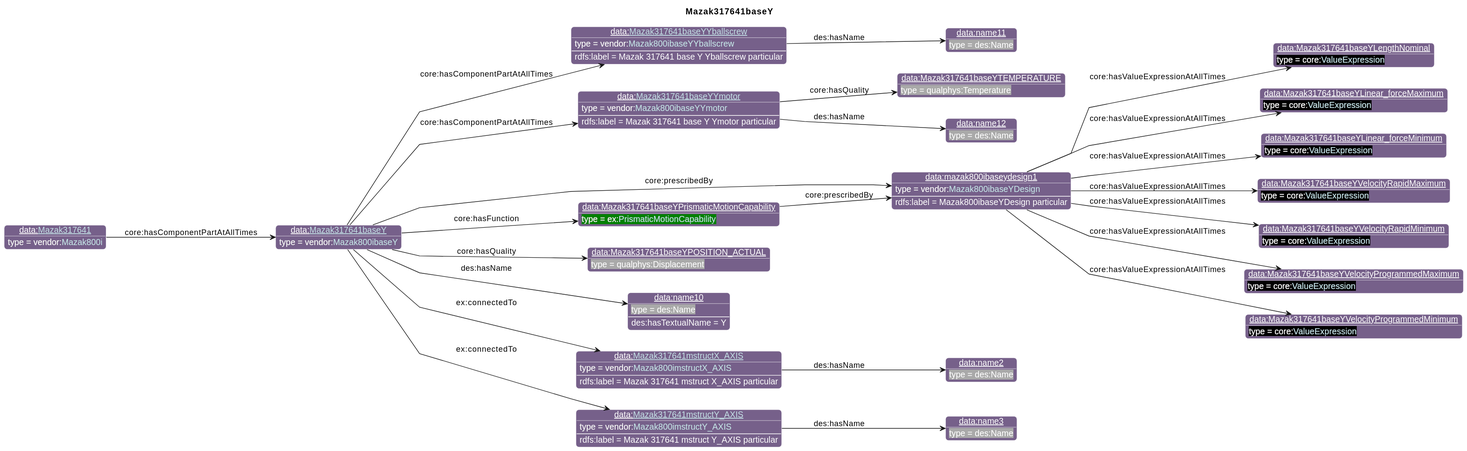
iofoundry/example-syseng-mtconnect keeps this PlantUML diagram as diagrams/Mazak317641baseY.svg. Above is the earlier version.
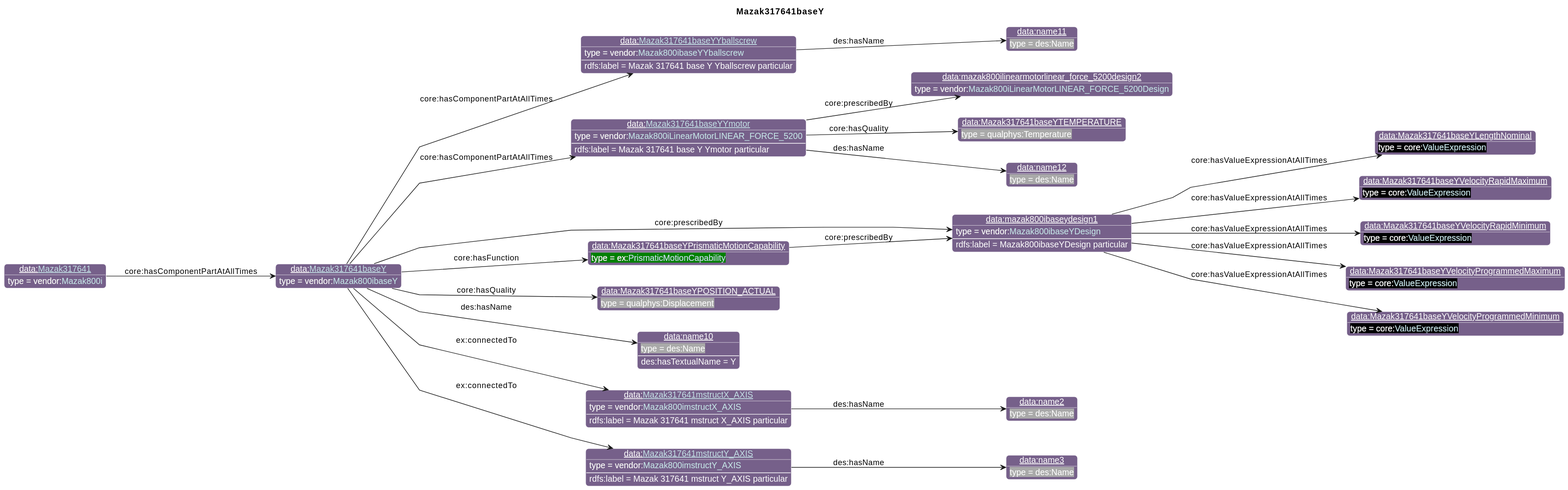
After the change.

The edit, as a diff of the source:
```diff
@@ -28,51 +28,49 @@
 individual(o0, data:[[./Mazak317641baseY.html Mazak317641baseY]], vendor:[[../Mazak.html#Mazak800ibaseY Mazak800ibaseY]])
 individual(o1, data:[[./Mazak317641baseYYballscrew.html Mazak317641baseYYballscrew]], vendor:[[../Mazak.html#Mazak800ibaseYYballscrew Mazak800ibaseYYballscrew]])
 individual(o2, data:name11, des:Name)
-individual(o3, data:[[./Mazak317641baseYYmotor.html Mazak317641baseYYmotor]], vendor:[[../Mazak.html#Mazak800ibaseYYmotor Mazak800ibaseYYmotor]])
-individual(o4, data:Mazak317641baseYTEMPERATURE, qualphys:Temperature)
-individual(o5, data:name12, des:Name)
-individual(o6, data:mazak800ibaseydesign1, vendor:[[../Mazak.html#Mazak800ibaseYDesign Mazak800ibaseYDesign]])
-individual(o7, data:Mazak317641baseYLengthNominal, core:[[https://spec.industrialontologies.org/ontology/core/Core/ValueExpression ValueExpression]])
-individual(o8, data:Mazak317641baseYLinear_forceMaximum, core:[[https://spec.industrialontologies.org/ontology/core/Core/ValueExpression ValueExpression]])
-individual(o9, data:Mazak317641baseYLinear_forceMinimum, core:[[https://spec.industrialontologies.org/ontology/core/Core/ValueExpression ValueExpression]])
-individual(o10, data:Mazak317641baseYVelocityRapidMaximum, core:[[https://spec.industrialontologies.org/ontology/core/Core/ValueExpression ValueExpression]])
-individual(o11, data:Mazak317641baseYVelocityRapidMinimum, core:[[https://spec.industrialontologies.org/ontology/core/Core/ValueExpression ValueExpression]])
-individual(o12, data:Mazak317641baseYVelocityProgrammedMaximum, core:[[https://spec.industrialontologies.org/ontology/core/Core/ValueExpression ValueExpression]])
-individual(o13, data:Mazak317641baseYVelocityProgrammedMinimum, core:[[https://spec.industrialontologies.org/ontology/core/Core/ValueExpression ValueExpression]])
-individual(o14, data:Mazak317641baseYPrismaticMotionCapability, ex:[[../Example.html#PrismaticMotionCapability PrismaticMotionCapability]])
-individual(o15, data:Mazak317641baseYPOSITION_ACTUAL, qualphys:Displacement)
-individual(o16, data:name10, des:Name)
-individual(o17, data:[[./Mazak317641mstructX_AXIS.html Mazak317641mstructX_AXIS]], vendor:[[../Mazak.html#Mazak800imstructX_AXIS Mazak800imstructX_AXIS]])
-individual(o18, data:name2, des:Name)
-individual(o19, data:[[./Mazak317641mstructY_AXIS.html Mazak317641mstructY_AXIS]], vendor:[[../Mazak.html#Mazak800imstructY_AXIS Mazak800imstructY_AXIS]])
-individual(o20, data:name3, des:Name)
-individual(o21, data:[[./Mazak317641.html Mazak317641]], vendor:[[../Mazak.html#Mazak800i Mazak800i]])
+individual(o3, data:[[./Mazak317641baseYYmotor.html Mazak317641baseYYmotor]], vendor:[[../Mazak.html#Mazak800iLinearMotorLINEAR_FORCE_5200 Mazak800iLinearMotorLINEAR_FORCE_5200]])
+individual(o4, data:mazak800ilinearmotorlinear_force_5200design2, vendor:[[../Mazak.html#Mazak800iLinearMotorLINEAR_FORCE_5200Design Mazak800iLinearMotorLINEAR_FORCE_5200Design]])
+individual(o5, data:Mazak317641baseYTEMPERATURE, qualphys:Temperature)
+individual(o6, data:name12, des:Name)
+individual(o7, data:mazak800ibaseydesign1, vendor:[[../Mazak.html#Mazak800ibaseYDesign Mazak800ibaseYDesign]])
+individual(o8, data:Mazak317641baseYLengthNominal, core:[[https://spec.industrialontologies.org/ontology/core/Core/ValueExpression ValueExpression]])
+individual(o9, data:Mazak317641baseYVelocityRapidMaximum, core:[[https://spec.industrialontologies.org/ontology/core/Core/ValueExpression ValueExpression]])
+individual(o10, data:Mazak317641baseYVelocityRapidMinimum, core:[[https://spec.industrialontologies.org/ontology/core/Core/ValueExpression ValueExpression]])
+individual(o11, data:Mazak317641baseYVelocityProgrammedMaximum, core:[[https://spec.industrialontologies.org/ontology/core/Core/ValueExpression ValueExpression]])
+individual(o12, data:Mazak317641baseYVelocityProgrammedMinimum, core:[[https://spec.industrialontologies.org/ontology/core/Core/ValueExpression ValueExpression]])
+individual(o13, data:Mazak317641baseYPrismaticMotionCapability, ex:[[../Example.html#PrismaticMotionCapability PrismaticMotionCapability]])
+individual(o14, data:Mazak317641baseYPOSITION_ACTUAL, qualphys:Displacement)
+individual(o15, data:name10, des:Name)
+individual(o16, data:[[./Mazak317641mstructX_AXIS.html Mazak317641mstructX_AXIS]], vendor:[[../Mazak.html#Mazak800imstructX_AXIS Mazak800imstructX_AXIS]])
+individual(o17, data:name2, des:Name)
+individual(o18, data:[[./Mazak317641mstructY_AXIS.html Mazak317641mstructY_AXIS]], vendor:[[../Mazak.html#Mazak800imstructY_AXIS Mazak800imstructY_AXIS]])
+individual(o19, data:name3, des:Name)
+individual(o20, data:[[./Mazak317641.html Mazak317641]], vendor:[[../Mazak.html#Mazak800i Mazak800i]])
 property(o0, "core:hasComponentPartAtAllTimes", o1)
 data(o1, "rdfs:label", "Mazak 317641 base Y Yballscrew particular")
 property(o1, "des:hasName", o2)
 property(o0, "core:hasComponentPartAtAllTimes", o3)
 data(o3, "rdfs:label", "Mazak 317641 base Y Ymotor particular")
-property(o3, "core:hasQuality", o4)
-property(o3, "des:hasName", o5)
-property(o0, "core:prescribedBy", o6)
-data(o6, "rdfs:label", "Mazak800ibaseYDesign particular")
-property(o6, "core:hasValueExpressionAtAllTimes", o7)
-property(o6, "core:hasValueExpressionAtAllTimes", o8)
-property(o6, "core:hasValueExpressionAtAllTimes", o9)
-property(o6, "core:hasValueExpressionAtAllTimes", o10)
-property(o6, "core:hasValueExpressionAtAllTimes", o11)
-property(o6, "core:hasValueExpressionAtAllTimes", o12)
-property(o6, "core:hasValueExpressionAtAllTimes", o13)
-property(o0, "core:hasFunction", o14)
-property(o14, "core:prescribedBy", o6)
-property(o0, "core:hasQuality", o15)
-property(o0, "des:hasName", o16)
-data(o16, "des:hasTextualName", "Y")
-property(o0, "ex:connectedTo", o17)
-data(o17, "rdfs:label", "Mazak 317641 mstruct X_AXIS particular")
-property(o17, "des:hasName", o18)
-property(o0, "ex:connectedTo", o19)
-data(o19, "rdfs:label", "Mazak 317641 mstruct Y_AXIS particular")
-property(o19, "des:hasName", o20)
-property(o21, "core:hasComponentPartAtAllTimes", o0)
+property(o3, "core:prescribedBy", o4)
+property(o3, "core:hasQuality", o5)
+property(o3, "des:hasName", o6)
+property(o0, "core:prescribedBy", o7)
+data(o7, "rdfs:label", "Mazak800ibaseYDesign particular")
+property(o7, "core:hasValueExpressionAtAllTimes", o8)
+property(o7, "core:hasValueExpressionAtAllTimes", o9)
+property(o7, "core:hasValueExpressionAtAllTimes", o10)
+property(o7, "core:hasValueExpressionAtAllTimes", o11)
+property(o7, "core:hasValueExpressionAtAllTimes", o12)
+property(o0, "core:hasFunction", o13)
+property(o13, "core:prescribedBy", o7)
+property(o0, "core:hasQuality", o14)
+property(o0, "des:hasName", o15)
+data(o15, "des:hasTextualName", "Y")
+property(o0, "ex:connectedTo", o16)
+data(o16, "rdfs:label", "Mazak 317641 mstruct X_AXIS particular")
+property(o16, "des:hasName", o17)
+property(o0, "ex:connectedTo", o18)
+data(o18, "rdfs:label", "Mazak 317641 mstruct Y_AXIS particular")
+property(o18, "des:hasName", o19)
+property(o20, "core:hasComponentPartAtAllTimes", o0)
 @enduml
```
